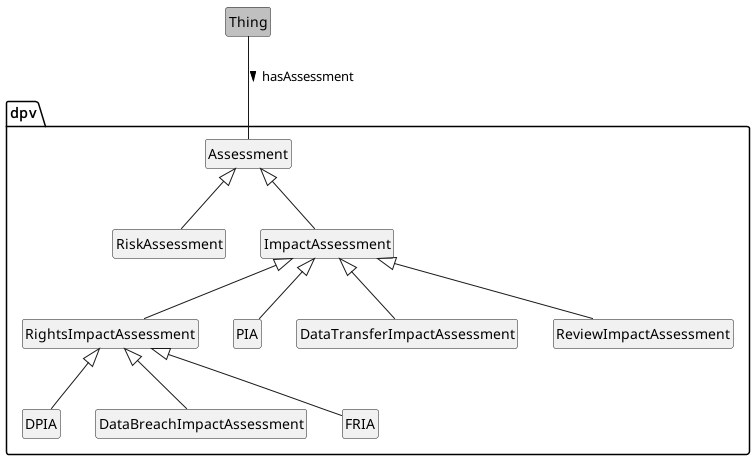
This is diagrams/ImpactAssessment.png from jeswr/dpv, a PlantUML export, as it was before one commit. Its source is kept beside it as 2.0/diagrams/plantuml/ImpactAssessment.plantuml.
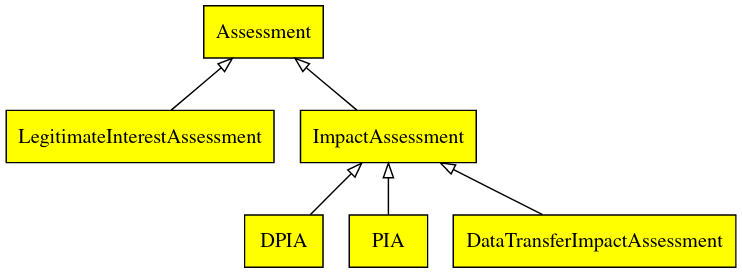
After the commit.

The edit, as a diff of the source:
```diff
@@ -3,22 +3,20 @@
 
 class Thing #silver
 package dpv {
+	class Assessment
 	class RiskAssessment
+	class ImpactAssessment
 	class RightsImpactAssessment
 	class DPIA
 	class DataBreachImpactAssessment
-	class Assessment
 	class FRIA
-	class ImpactAssessment
 	class PIA
 	class DataTransferImpactAssessment
 	class ReviewImpactAssessment
 }
-Assessment <|-l- RiskAssessment
 Thing -- Assessment : hasAssessment >
-Thing -- RiskAssessment : hasRiskAssessment >
+Assessment <|-- RiskAssessment
 Assessment <|-- ImpactAssessment
-Thing -- ImpactAssessment : hasImpactAssessment >
 ImpactAssessment <|-- RightsImpactAssessment
 ImpactAssessment <|-- PIA
 ImpactAssessment <|-- DataTransferImpactAssessment
```
